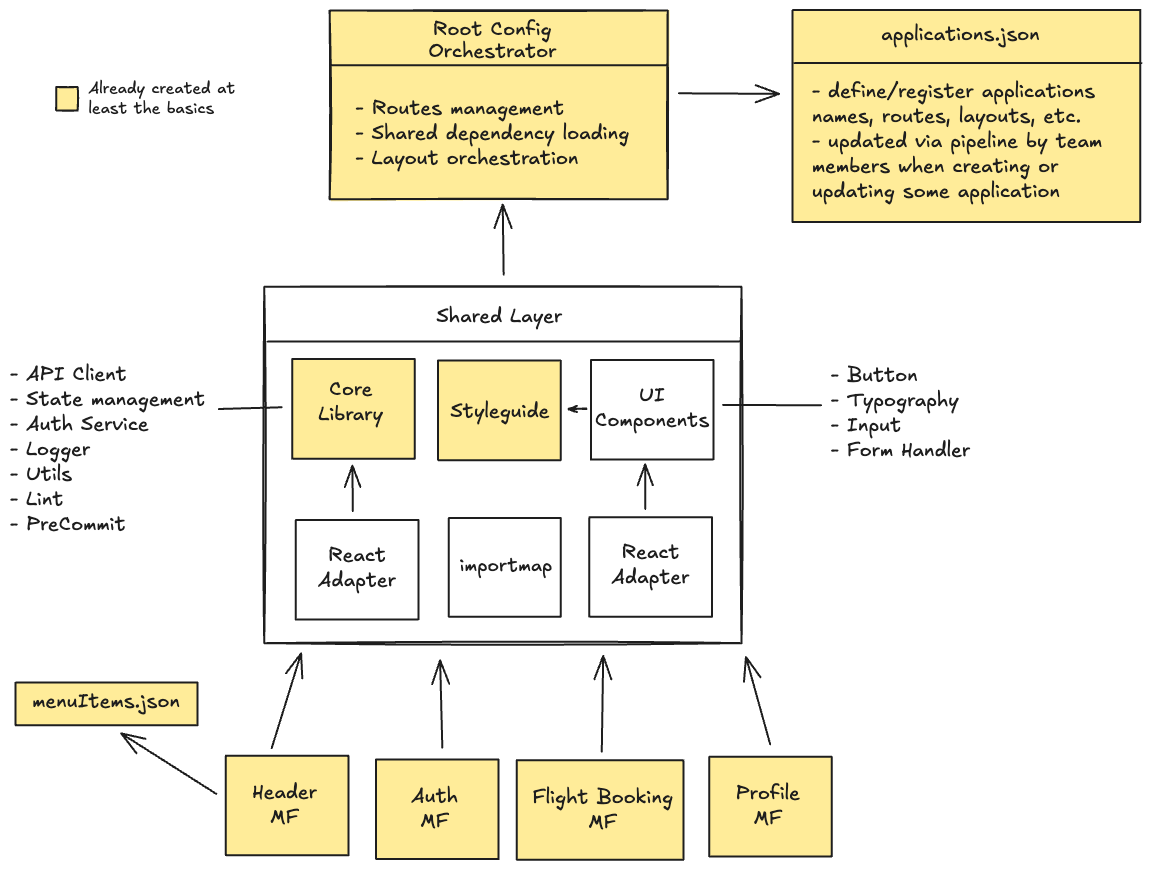
Above: profile/project-architecture.excalidraw.png in skymfe/.github (Excalidraw), before the change. Source tidied: one line per element, renumbered; positions are measured from the earlier drawing's top-left corner, leaving out a move shared by most shapes. Its diagram source:
```json
{"id": 0, "type": "rectangle", "strokeColor": "#1e1e1e", "backgroundColor": "#ffec99", "fillStyle": "solid", "strokeWidth": 2, "roughness": 1, "x": 320, "y": 0, "width": 338, "height": 189}
{"id": 1, "type": "text", "text": "Root Config", "strokeColor": "#1e1e1e", "backgroundColor": "#ffec99", "fillStyle": "solid", "strokeWidth": 2, "roughness": 1, "fontSize": 20, "fontFamily": 5, "x": 423, "y": 7, "width": 119, "height": 25}
{"id": 2, "type": "text", "text": "Orchestrator", "strokeColor": "#1e1e1e", "backgroundColor": "#ffec99", "fillStyle": "solid", "strokeWidth": 2, "roughness": 1, "fontSize": 20, "fontFamily": 5, "x": 419, "y": 30, "width": 128, "height": 25}
{"id": 3, "type": "text", "text": "- Routes management\n- Shared dependency loading\n- Layout orchestration", "strokeColor": "#1e1e1e", "backgroundColor": "#ffec99", "fillStyle": "solid", "strokeWidth": 2, "roughness": 1, "fontSize": 20, "fontFamily": 5, "x": 346, "y": 87, "width": 274, "height": 75}
{"id": 4, "type": "line", "strokeColor": "#1e1e1e", "backgroundColor": "#ffec99", "fillStyle": "solid", "strokeWidth": 2, "roughness": 0, "x": 321, "y": 55, "width": 336, "height": 0, "points": [[0, 0], [336, 0]]}
{"id": 5, "type": "rectangle", "strokeColor": "#1e1e1e", "strokeWidth": 2, "roughness": 1, "x": 254, "y": 277, "width": 477, "height": 356}
{"id": 6, "type": "line", "strokeColor": "#1e1e1e", "strokeWidth": 2, "roughness": 0, "x": 257, "y": 331, "width": 471, "height": 0, "points": [[0, 0], [471, 0]]}
{"id": 7, "type": "text", "text": "Shared Layer", "strokeColor": "#1e1e1e", "strokeWidth": 2, "roughness": 0, "fontSize": 20, "fontFamily": 5, "x": 426, "y": 294, "width": 126, "height": 25}
{"id": 8, "type": "text", "text": "- API Client\n- State management\n- Auth Service\n- Logger\n- Utils\n- Lint\n- PreCommit", "strokeColor": "#1e1e1e", "strokeWidth": 2, "roughness": 0, "fontSize": 20, "fontFamily": 5, "x": 0, "y": 353, "width": 195, "height": 175}
{"id": 9, "type": "arrow", "strokeColor": "#1e1e1e", "strokeWidth": 2, "roughness": 0, "round": true, "from": 25, "to": 8, "x": 272, "y": 397, "width": 63, "height": 2, "points": [[0, 0], [-63, 2]]}
{"id": 10, "type": "text", "text": "- Button\n- Typography\n- Input\n- Form Handler", "strokeColor": "#1e1e1e", "strokeWidth": 2, "roughness": 0, "fontSize": 20, "fontFamily": 5, "x": 821, "y": 353, "width": 139, "height": 100}
{"id": 11, "type": "arrow", "strokeColor": "#1e1e1e", "strokeWidth": 2, "roughness": 0, "round": true, "from": 31, "to": 10, "x": 713, "y": 395, "width": 98, "height": 0, "points": [[0, 0], [98, 0]]}
{"id": 12, "type": "rectangle", "strokeColor": "#1e1e1e", "backgroundColor": "#ffec99", "fillStyle": "solid", "strokeWidth": 2, "roughness": 0, "x": 216, "y": 746, "width": 123, "height": 100}
{"id": 13, "type": "text", "text": "Header\nMF", "strokeColor": "#1e1e1e", "backgroundColor": "#ffec99", "fillStyle": "solid", "strokeWidth": 2, "roughness": 0, "fontSize": 20, "fontFamily": 5, "textAlign": "center", "x": 242, "y": 770, "width": 65, "height": 50}
{"id": 14, "type": "rectangle", "strokeColor": "#1e1e1e", "backgroundColor": "#ffec99", "fillStyle": "solid", "strokeWidth": 2, "roughness": 0, "x": 366, "y": 749, "width": 123, "height": 100}
{"id": 15, "type": "text", "text": "Auth\nMF", "strokeColor": "#1e1e1e", "backgroundColor": "#ffec99", "fillStyle": "solid", "strokeWidth": 2, "roughness": 0, "fontSize": 20, "fontFamily": 5, "textAlign": "center", "x": 401, "y": 774, "width": 47, "height": 50}
{"id": 16, "type": "rectangle", "strokeColor": "#1e1e1e", "backgroundColor": "#ffec99", "fillStyle": "solid", "strokeWidth": 2, "roughness": 0, "x": 507, "y": 750, "width": 167, "height": 100}
{"id": 17, "type": "text", "text": "Flight Booking\nMF", "strokeColor": "#1e1e1e", "backgroundColor": "#ffec99", "fillStyle": "solid", "strokeWidth": 2, "roughness": 0, "fontSize": 20, "fontFamily": 5, "textAlign": "center", "x": 523, "y": 775, "width": 140, "height": 50}
{"id": 18, "type": "rectangle", "strokeColor": "#1e1e1e", "backgroundColor": "#ffec99", "fillStyle": "solid", "strokeWidth": 2, "roughness": 0, "x": 699, "y": 747, "width": 123, "height": 100}
{"id": 19, "type": "text", "text": "Profile\nMF", "strokeColor": "#1e1e1e", "backgroundColor": "#ffec99", "fillStyle": "solid", "strokeWidth": 2, "roughness": 0, "fontSize": 20, "fontFamily": 5, "textAlign": "center", "x": 726, "y": 771, "width": 64, "height": 50}
{"id": 20, "type": "arrow", "strokeColor": "#1e1e1e", "strokeWidth": 2, "roughness": 0, "endArrowhead": "arrow", "round": true, "from": 12, "to": 5, "x": 262, "y": 738, "width": 29, "height": 95, "points": [[0, 0], [29, -95]]}
{"id": 21, "type": "arrow", "strokeColor": "#1e1e1e", "strokeWidth": 2, "roughness": 0, "endArrowhead": "arrow", "round": true, "from": 14, "to": 5, "x": 432, "y": 738, "width": 2, "height": 87, "points": [[0, 0], [-2, -87]]}
{"id": 22, "type": "arrow", "strokeColor": "#1e1e1e", "strokeWidth": 2, "roughness": 0, "endArrowhead": "arrow", "round": true, "from": 16, "to": 5, "x": 592, "y": 742, "width": 1, "height": 96, "points": [[0, 0], [1, -96]]}
{"id": 23, "type": "arrow", "strokeColor": "#1e1e1e", "strokeWidth": 2, "roughness": 0, "endArrowhead": "arrow", "round": true, "from": 18, "to": 5, "x": 760, "y": 734, "width": 24, "height": 87, "points": [[0, 0], [-24, -87]]}
{"id": 24, "type": "arrow", "strokeColor": "#1e1e1e", "strokeWidth": 2, "roughness": 0, "endArrowhead": "arrow", "round": true, "from": 5, "to": 0, "x": 494, "y": 265, "width": 1, "height": 70, "points": [[0, 0], [-1, -70]]}
{"id": 25, "type": "rectangle", "strokeColor": "#1e1e1e", "backgroundColor": "#ffec99", "fillStyle": "solid", "strokeWidth": 2, "roughness": 0, "x": 282, "y": 349, "width": 123, "height": 100}
{"id": 26, "type": "text", "text": "Core\nLibrary", "strokeColor": "#1e1e1e", "backgroundColor": "#ffec99", "fillStyle": "solid", "strokeWidth": 2, "roughness": 0, "fontSize": 20, "fontFamily": 5, "textAlign": "center", "x": 309, "y": 367, "width": 65, "height": 50}
{"id": 27, "type": "rectangle", "strokeColor": "#1e1e1e", "strokeWidth": 2, "roughness": 0, "x": 286, "y": 510, "width": 123, "height": 100}
{"id": 28, "type": "text", "text": "React\nAdapter", "strokeColor": "#1e1e1e", "strokeWidth": 2, "roughness": 0, "fontSize": 20, "fontFamily": 5, "textAlign": "center", "x": 308, "y": 533, "width": 78, "height": 50}
{"id": 29, "type": "arrow", "strokeColor": "#1e1e1e", "strokeWidth": 2, "roughness": 0, "endArrowhead": "arrow", "round": true, "from": 27, "to": 25, "x": 343, "y": 501, "width": 0, "height": 46, "points": [[0, 0], [0, -46]]}
{"id": 30, "type": "rectangle", "strokeColor": "#1e1e1e", "strokeWidth": 2, "roughness": 0, "x": 581, "y": 350, "width": 123, "height": 100}
{"id": 31, "type": "text", "text": "UI\nComponents", "strokeColor": "#1e1e1e", "strokeWidth": 2, "roughness": 0, "fontSize": 20, "fontFamily": 5, "textAlign": "center", "x": 585, "y": 373, "width": 114, "height": 50}
{"id": 32, "type": "rectangle", "strokeColor": "#1e1e1e", "strokeWidth": 2, "roughness": 0, "x": 579, "y": 507, "width": 123, "height": 100}
{"id": 33, "type": "text", "text": "React\nAdapter", "strokeColor": "#1e1e1e", "strokeWidth": 2, "roughness": 0, "fontSize": 20, "fontFamily": 5, "textAlign": "center", "x": 602, "y": 530, "width": 78, "height": 50}
{"id": 34, "type": "arrow", "strokeColor": "#1e1e1e", "strokeWidth": 2, "roughness": 0, "endArrowhead": "arrow", "round": true, "from": 32, "to": 30, "x": 635, "y": 499, "width": 0, "height": 45, "points": [[0, 0], [0, -45]]}
{"id": 35, "type": "arrow", "strokeColor": "#1e1e1e", "strokeWidth": 2, "roughness": 0, "endArrowhead": "arrow", "round": true, "from": 0, "to": 46, "x": 669, "y": 83, "width": 100, "height": 1, "points": [[0, 0], [100, 1]]}
{"id": 36, "type": "rectangle", "strokeColor": "#1e1e1e", "backgroundColor": "#ffec99", "fillStyle": "solid", "strokeWidth": 2, "roughness": 0, "x": 5, "y": 672, "width": 182, "height": 43}
{"id": 37, "type": "text", "text": "menuItems.json", "strokeColor": "#1e1e1e", "backgroundColor": "#ffec99", "fillStyle": "solid", "strokeWidth": 2, "roughness": 0, "fontSize": 20, "fontFamily": 5, "x": 22, "y": 679, "width": 148, "height": 25}
{"id": 38, "type": "arrow", "strokeColor": "#1e1e1e", "strokeWidth": 2, "roughness": 0, "endArrowhead": "arrow", "round": true, "from": 12, "to": 36, "x": 206, "y": 784, "width": 95, "height": 61, "points": [[0, 0], [-95, -61]]}
{"id": 39, "type": "rectangle", "strokeColor": "#1e1e1e", "strokeWidth": 2, "roughness": 0, "x": 439, "y": 508, "width": 112, "height": 99}
{"id": 40, "type": "text", "text": "importmap", "strokeColor": "#1e1e1e", "strokeWidth": 2, "roughness": 0, "fontSize": 19.23, "fontFamily": 5, "textAlign": "center", "x": 450, "y": 544, "width": 93, "height": 24}
{"id": 41, "type": "rectangle", "strokeColor": "#1e1e1e", "backgroundColor": "#ffec99", "fillStyle": "solid", "strokeWidth": 2, "roughness": 0, "x": 428, "y": 351, "width": 123, "height": 100}
{"id": 42, "type": "text", "text": "Styleguide", "strokeColor": "#1e1e1e", "strokeWidth": 2, "roughness": 0, "fontSize": 20, "fontFamily": 5, "textAlign": "center", "x": 440, "y": 390, "width": 99, "height": 25}
{"id": 43, "type": "arrow", "strokeColor": "#1e1e1e", "strokeWidth": 2, "roughness": 1, "endArrowhead": "arrow", "round": true, "from": 31, "to": 41, "x": 577, "y": 399, "width": 18, "height": 0, "points": [[0, 0], [-18, 0]]}
{"id": 44, "type": "rectangle", "strokeColor": "#1e1e1e", "backgroundColor": "#ffec99", "fillStyle": "solid", "strokeWidth": 2, "roughness": 1, "x": 46, "y": 77, "width": 22, "height": 23}
{"id": 45, "type": "text", "text": "Already created at\nleast the basics", "strokeColor": "#1e1e1e", "backgroundColor": "#ffec99", "fillStyle": "solid", "strokeWidth": 2, "roughness": 1, "fontSize": 16, "fontFamily": 5, "x": 78, "y": 69, "width": 147, "height": 40}
{"id": 46, "type": "rectangle", "strokeColor": "#1e1e1e", "backgroundColor": "#ffec99", "fillStyle": "solid", "strokeWidth": 2, "roughness": 0, "x": 783, "y": 0, "width": 348, "height": 212}
{"id": 47, "type": "text", "text": "- define/register applications \nnames, routes, layouts, etc.\n- updated via pipeline by team\nmembers when creating or\nupdating some application", "strokeColor": "#1e1e1e", "backgroundColor": "#ffec99", "fillStyle": "solid", "strokeWidth": 2, "roughness": 0, "fontSize": 20, "fontFamily": 5, "x": 802, "y": 69, "width": 291, "height": 125}
{"id": 48, "type": "line", "strokeColor": "#1e1e1e", "backgroundColor": "#ffec99", "fillStyle": "solid", "strokeWidth": 2, "roughness": 0, "x": 784, "y": 53, "width": 347, "height": 0, "points": [[0, 0], [347, 0]]}
{"id": 49, "type": "text", "text": "applications.json", "strokeColor": "#1e1e1e", "backgroundColor": "#ffec99", "fillStyle": "solid", "strokeWidth": 2, "roughness": 0, "fontSize": 20, "fontFamily": 5, "x": 871, "y": 12, "width": 159, "height": 25}
```
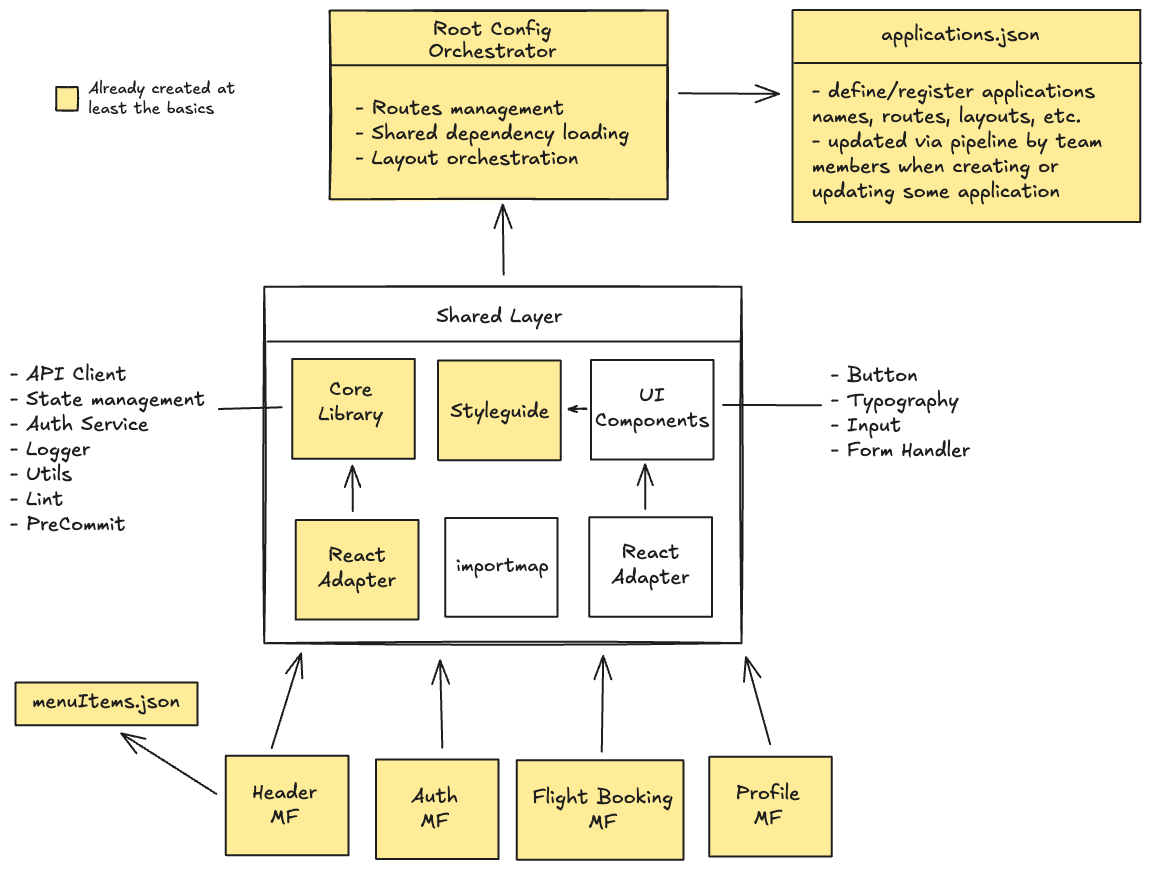
After the commit.

Commit message:
chore: update project architecture diagram to reflect latest changes

Change to the diagram source:
```diff
@@ -25,8 +25,8 @@
 {"id": 24, "type": "arrow", "strokeColor": "#1e1e1e", "strokeWidth": 2, "roughness": 0, "endArrowhead": "arrow", "round": true, "from": 5, "to": 0, "x": 494, "y": 265, "width": 1, "height": 70, "points": [[0, 0], [-1, -70]]}
 {"id": 25, "type": "rectangle", "strokeColor": "#1e1e1e", "backgroundColor": "#ffec99", "fillStyle": "solid", "strokeWidth": 2, "roughness": 0, "x": 282, "y": 349, "width": 123, "height": 100}
 {"id": 26, "type": "text", "text": "Core\nLibrary", "strokeColor": "#1e1e1e", "backgroundColor": "#ffec99", "fillStyle": "solid", "strokeWidth": 2, "roughness": 0, "fontSize": 20, "fontFamily": 5, "textAlign": "center", "x": 309, "y": 367, "width": 65, "height": 50}
-{"id": 27, "type": "rectangle", "strokeColor": "#1e1e1e", "strokeWidth": 2, "roughness": 0, "x": 286, "y": 510, "width": 123, "height": 100}
+{"id": 27, "type": "rectangle", "strokeColor": "#1e1e1e", "backgroundColor": "#ffec99", "fillStyle": "solid", "strokeWidth": 2, "roughness": 0, "x": 286, "y": 510, "width": 123, "height": 100}
-{"id": 28, "type": "text", "text": "React\nAdapter", "strokeColor": "#1e1e1e", "strokeWidth": 2, "roughness": 0, "fontSize": 20, "fontFamily": 5, "textAlign": "center", "x": 308, "y": 533, "width": 78, "height": 50}
+{"id": 28, "type": "text", "text": "React\nAdapter", "strokeColor": "#1e1e1e", "backgroundColor": "#ffec99", "fillStyle": "solid", "strokeWidth": 2, "roughness": 0, "fontSize": 20, "fontFamily": 5, "textAlign": "center", "x": 308, "y": 533, "width": 78, "height": 50}
 {"id": 29, "type": "arrow", "strokeColor": "#1e1e1e", "strokeWidth": 2, "roughness": 0, "endArrowhead": "arrow", "round": true, "from": 27, "to": 25, "x": 343, "y": 501, "width": 0, "height": 46, "points": [[0, 0], [0, -46]]}
 {"id": 30, "type": "rectangle", "strokeColor": "#1e1e1e", "strokeWidth": 2, "roughness": 0, "x": 581, "y": 350, "width": 123, "height": 100}
 {"id": 31, "type": "text", "text": "UI\nComponents", "strokeColor": "#1e1e1e", "strokeWidth": 2, "roughness": 0, "fontSize": 20, "fontFamily": 5, "textAlign": "center", "x": 585, "y": 373, "width": 114, "height": 50}
@@ -37,8 +37,8 @@
 {"id": 36, "type": "rectangle", "strokeColor": "#1e1e1e", "backgroundColor": "#ffec99", "fillStyle": "solid", "strokeWidth": 2, "roughness": 0, "x": 5, "y": 672, "width": 182, "height": 43}
 {"id": 37, "type": "text", "text": "menuItems.json", "strokeColor": "#1e1e1e", "backgroundColor": "#ffec99", "fillStyle": "solid", "strokeWidth": 2, "roughness": 0, "fontSize": 20, "fontFamily": 5, "x": 22, "y": 679, "width": 148, "height": 25}
 {"id": 38, "type": "arrow", "strokeColor": "#1e1e1e", "strokeWidth": 2, "roughness": 0, "endArrowhead": "arrow", "round": true, "from": 12, "to": 36, "x": 206, "y": 784, "width": 95, "height": 61, "points": [[0, 0], [-95, -61]]}
-{"id": 39, "type": "rectangle", "strokeColor": "#1e1e1e", "strokeWidth": 2, "roughness": 0, "x": 439, "y": 508, "width": 112, "height": 99}
+{"id": 39, "type": "rectangle", "strokeColor": "#1e1e1e", "strokeWidth": 2, "roughness": 0, "x": 435, "y": 508, "width": 112, "height": 99}
-{"id": 40, "type": "text", "text": "importmap", "strokeColor": "#1e1e1e", "strokeWidth": 2, "roughness": 0, "fontSize": 19.23, "fontFamily": 5, "textAlign": "center", "x": 450, "y": 544, "width": 93, "height": 24}
+{"id": 40, "type": "text", "text": "importmap", "strokeColor": "#1e1e1e", "strokeWidth": 2, "roughness": 0, "fontSize": 19.23, "fontFamily": 5, "textAlign": "center", "x": 446, "y": 544, "width": 93, "height": 24}
 {"id": 41, "type": "rectangle", "strokeColor": "#1e1e1e", "backgroundColor": "#ffec99", "fillStyle": "solid", "strokeWidth": 2, "roughness": 0, "x": 428, "y": 351, "width": 123, "height": 100}
 {"id": 42, "type": "text", "text": "Styleguide", "strokeColor": "#1e1e1e", "strokeWidth": 2, "roughness": 0, "fontSize": 20, "fontFamily": 5, "textAlign": "center", "x": 440, "y": 390, "width": 99, "height": 25}
 {"id": 43, "type": "arrow", "strokeColor": "#1e1e1e", "strokeWidth": 2, "roughness": 1, "endArrowhead": "arrow", "round": true, "from": 31, "to": 41, "x": 577, "y": 399, "width": 18, "height": 0, "points": [[0, 0], [-18, 0]]}
```
